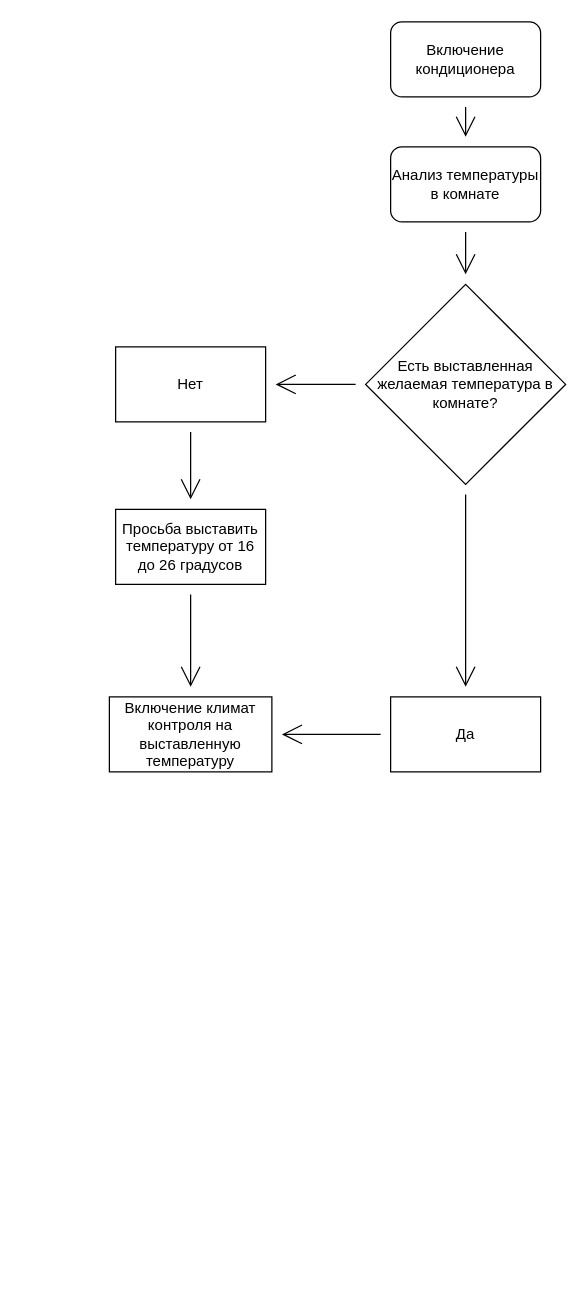
Earlier version of the draw.io diagram ActivityDiagramLab.drawio (rmastodon0603/itstep_course_uml). Source tidied: cells renumbered, new cells numbered last; positions are measured from the earlier drawing's top-left corner, leaving out a move shared by most shapes. Both pictures are drawn from the tidied source at 125%, with x=0, y=0 at pixel (109, 21).
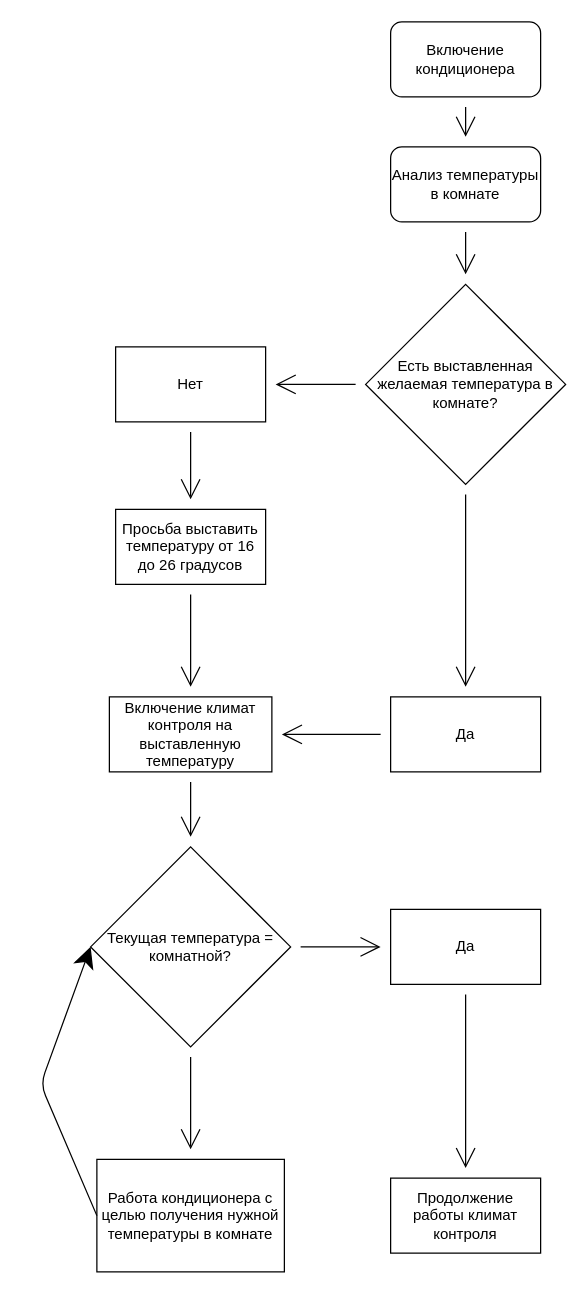
Above is the later version.

The change refers to these unchanged cells:
```xml
<mxCell id="15" value="Включение климат контроля на выставленную температуру" style="rounded=0;whiteSpace=wrap;html=1;hachureGap=4;" parent="1" vertex="1">
  <mxGeometry y="540" width="130" height="60" as="geometry" />
</mxCell>
```

What changed in the source:
```diff
@@
+    <mxCell id="16" style="edgeStyle=none;curved=1;rounded=0;jettySize=auto;html=1;endArrow=open;startSize=14;endSize=14;sourcePerimeterSpacing=8;targetPerimeterSpacing=8;" parent="1" edge="1" source="15" target="19">
+      <mxGeometry relative="1" as="geometry" />
+    </mxCell>
@@
+    <mxCell id="17" style="edgeStyle=none;curved=1;rounded=0;jettySize=auto;html=1;endArrow=open;startSize=14;endSize=14;sourcePerimeterSpacing=8;targetPerimeterSpacing=8;" parent="1" edge="1" source="19" target="21">
+      <mxGeometry relative="1" as="geometry" />
+    </mxCell>
+    <mxCell id="18" style="edgeStyle=none;curved=1;rounded=0;jettySize=auto;html=1;endArrow=open;startSize=14;endSize=14;sourcePerimeterSpacing=8;targetPerimeterSpacing=8;" parent="1" edge="1" source="19" target="22">
+      <mxGeometry relative="1" as="geometry" />
+    </mxCell>
+    <mxCell id="19" value="Текущая температура = комнатной?" style="rhombus;whiteSpace=wrap;html=1;hachureGap=4;" parent="1" vertex="1">
+      <mxGeometry x="-15" y="660" width="160" height="160" as="geometry" />
+    </mxCell>
+    <mxCell id="20" style="edgeStyle=none;curved=1;rounded=0;jettySize=auto;html=1;endArrow=open;startSize=14;endSize=14;sourcePerimeterSpacing=8;targetPerimeterSpacing=8;" parent="1" edge="1" source="21" target="23">
+      <mxGeometry relative="1" as="geometry" />
+    </mxCell>
+    <mxCell id="21" value="Да" style="rounded=0;whiteSpace=wrap;html=1;hachureGap=4;" parent="1" vertex="1">
+      <mxGeometry x="225" y="710" width="120" height="60" as="geometry" />
+    </mxCell>
+    <mxCell id="22" value="Работа кондиционера с целью получения нужной температуры в комнате" style="rounded=0;whiteSpace=wrap;html=1;hachureGap=4;" parent="1" vertex="1">
+      <mxGeometry x="-10" y="910" width="150" height="90" as="geometry" />
+    </mxCell>
+    <mxCell id="23" value="Продолжение работы климат контроля" style="rounded=0;whiteSpace=wrap;html=1;hachureGap=4;" parent="1" vertex="1">
+      <mxGeometry x="225" y="925" width="120" height="60" as="geometry" />
+    </mxCell>
+    <mxCell id="24" style="endArrow=classic;html=1;startSize=14;endSize=14;sourcePerimeterSpacing=8;targetPerimeterSpacing=8;exitX=0;exitY=0.5;exitDx=0;exitDy=0;" parent="1" edge="1" source="22">
+      <mxGeometry relative="1" as="geometry">
+        <mxPoint x="-15" y="740" as="targetPoint" />
+        <Array as="points">
+          <mxPoint x="-55" y="850" />
+        </Array>
+      </mxGeometry>
+    </mxCell>
```
